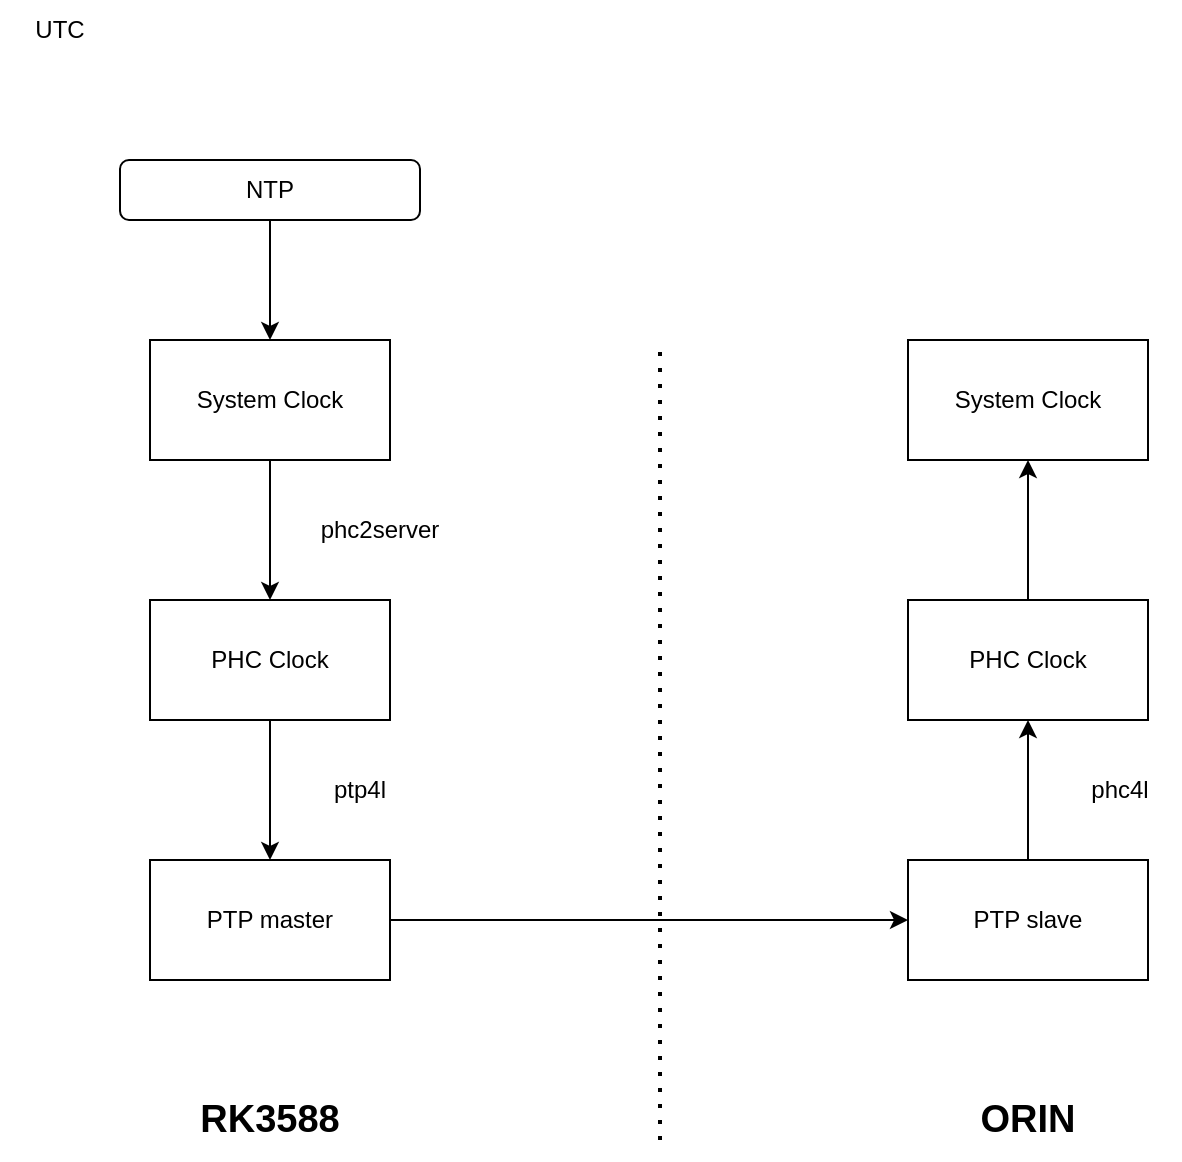
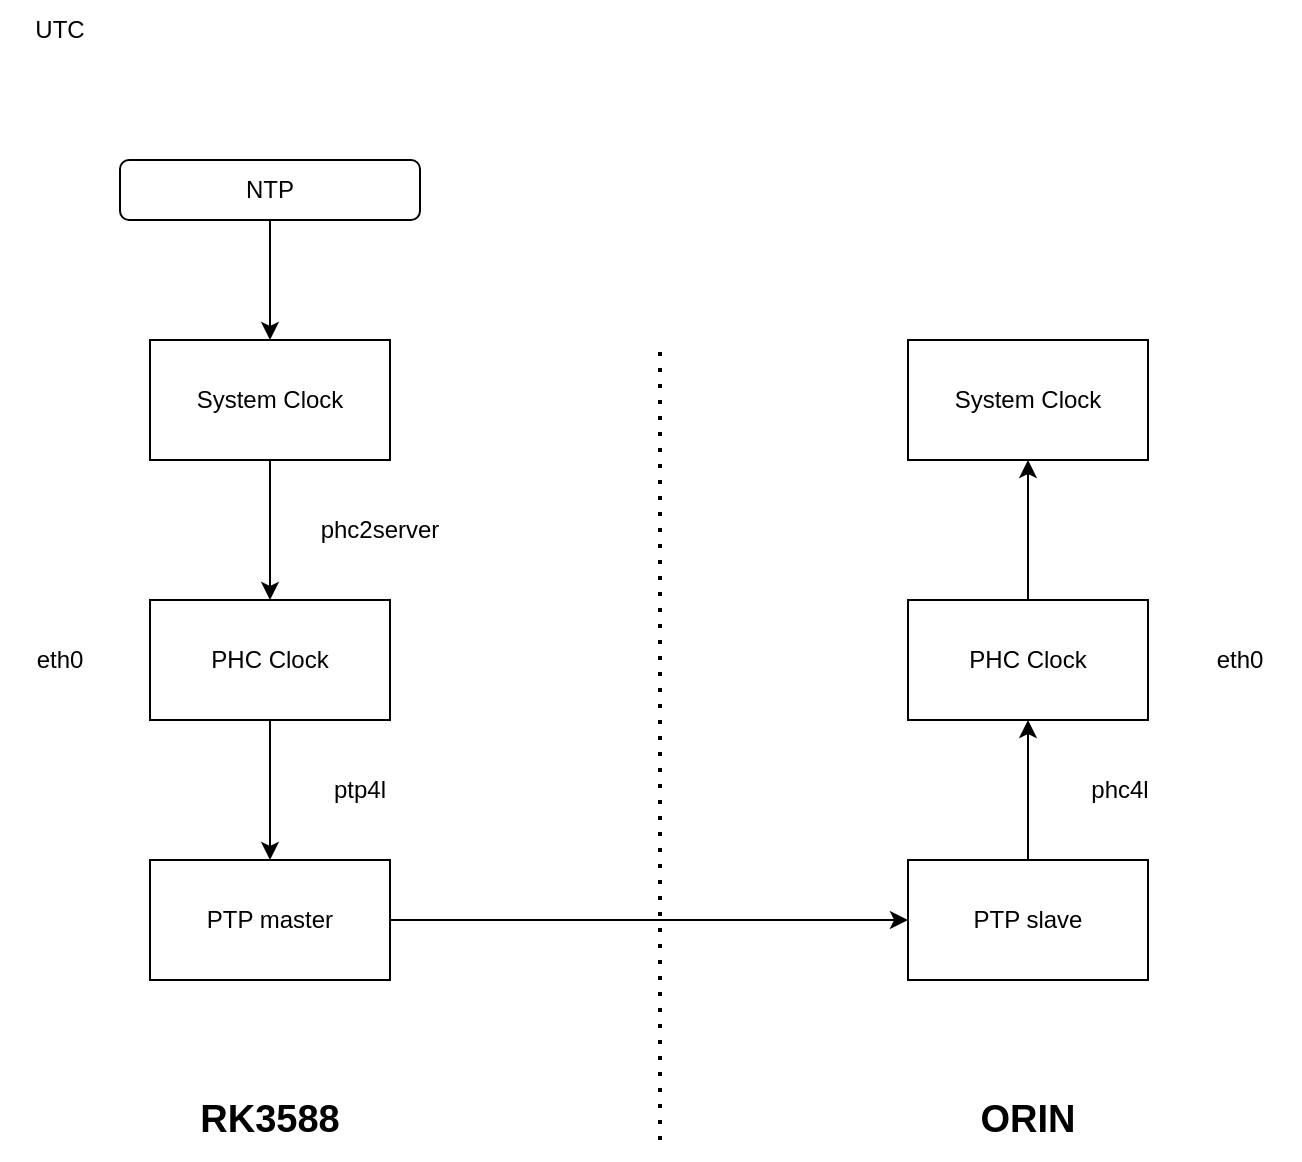
<mxfile host="app.diagrams.net" agent="Mozilla/5.0 (Windows NT 10.0; Win64; x64) AppleWebKit/537.36 (KHTML, like Gecko) Chrome/148.0.0.0 Safari/537.36">
  <diagram name="第 1 页" id="xi5zx8poPBdEaGlYp24N">
    <mxGraphModel dx="1122" dy="596" grid="1" gridSize="10" guides="1" tooltips="1" connect="1" arrows="1" fold="1" page="1" pageScale="1" pageWidth="827" pageHeight="1169" math="0" shadow="0">
      <root>
        <mxCell id="0" />
        <mxCell id="1" parent="0" />
        <mxCell id="9tWx0qsMY7gKmuM-r2hu-1" edge="1" parent="1" source="473n1farRfXXC9yVkO81-1" style="edgeStyle=orthogonalEdgeStyle;rounded=0;orthogonalLoop=1;jettySize=auto;html=1;" target="473n1farRfXXC9yVkO81-7" value="">
          <mxGeometry relative="1" as="geometry" />
        </mxCell>
        <mxCell id="473n1farRfXXC9yVkO81-1" parent="1" style="rounded=1;whiteSpace=wrap;html=1;" value="NTP" vertex="1">
          <mxGeometry height="30" width="150" x="130" y="150" as="geometry" />
        </mxCell>
        <mxCell id="473n1farRfXXC9yVkO81-6" parent="1" style="text;html=1;whiteSpace=wrap;strokeColor=none;fillColor=none;align=center;verticalAlign=middle;rounded=0;" value="UTC" vertex="1">
          <mxGeometry height="30" width="60" x="70" y="70" as="geometry" />
        </mxCell>
        <mxCell id="9tWx0qsMY7gKmuM-r2hu-3" edge="1" parent="1" source="473n1farRfXXC9yVkO81-7" style="edgeStyle=orthogonalEdgeStyle;rounded=0;orthogonalLoop=1;jettySize=auto;html=1;" target="9tWx0qsMY7gKmuM-r2hu-2" value="">
          <mxGeometry relative="1" as="geometry" />
        </mxCell>
        <mxCell id="473n1farRfXXC9yVkO81-7" parent="1" style="rounded=0;whiteSpace=wrap;html=1;" value="System Clock" vertex="1">
          <mxGeometry height="60" width="120" x="145" y="240" as="geometry" />
        </mxCell>
        <mxCell id="9tWx0qsMY7gKmuM-r2hu-5" edge="1" parent="1" source="9tWx0qsMY7gKmuM-r2hu-2" style="edgeStyle=orthogonalEdgeStyle;rounded=0;orthogonalLoop=1;jettySize=auto;html=1;" target="9tWx0qsMY7gKmuM-r2hu-4" value="">
          <mxGeometry relative="1" as="geometry" />
        </mxCell>
        <mxCell id="9tWx0qsMY7gKmuM-r2hu-2" parent="1" style="rounded=0;whiteSpace=wrap;html=1;" value="PHC Clock" vertex="1">
          <mxGeometry height="60" width="120" x="145" y="370" as="geometry" />
        </mxCell>
        <mxCell id="9tWx0qsMY7gKmuM-r2hu-11" edge="1" parent="1" source="9tWx0qsMY7gKmuM-r2hu-4" style="edgeStyle=orthogonalEdgeStyle;rounded=0;orthogonalLoop=1;jettySize=auto;html=1;exitX=1;exitY=0.5;exitDx=0;exitDy=0;entryX=0;entryY=0.5;entryDx=0;entryDy=0;" target="9tWx0qsMY7gKmuM-r2hu-9">
          <mxGeometry relative="1" as="geometry" />
        </mxCell>
        <mxCell id="9tWx0qsMY7gKmuM-r2hu-4" parent="1" style="rounded=0;whiteSpace=wrap;html=1;" value="PTP master" vertex="1">
          <mxGeometry height="60" width="120" x="145" y="500" as="geometry" />
        </mxCell>
        <mxCell id="9tWx0qsMY7gKmuM-r2hu-6" parent="1" style="text;html=1;whiteSpace=wrap;strokeColor=none;fillColor=none;align=center;verticalAlign=middle;rounded=0;" value="phc2server" vertex="1">
          <mxGeometry height="30" width="60" x="230" y="320" as="geometry" />
        </mxCell>
        <mxCell id="9tWx0qsMY7gKmuM-r2hu-7" parent="1" style="text;html=1;whiteSpace=wrap;strokeColor=none;fillColor=none;align=center;verticalAlign=middle;rounded=0;" value="ptp4l" vertex="1">
          <mxGeometry height="30" width="60" x="220" y="450" as="geometry" />
        </mxCell>
        <mxCell id="9tWx0qsMY7gKmuM-r2hu-8" edge="1" parent="1" style="endArrow=none;dashed=1;html=1;dashPattern=1 3;strokeWidth=2;rounded=0;" value="">
          <mxGeometry height="50" relative="1" width="50" as="geometry">
            <mxPoint x="400" y="640" as="sourcePoint" />
            <mxPoint x="400" y="240" as="targetPoint" />
          </mxGeometry>
        </mxCell>
        <mxCell id="9tWx0qsMY7gKmuM-r2hu-12" edge="1" parent="1" source="9tWx0qsMY7gKmuM-r2hu-9" style="edgeStyle=orthogonalEdgeStyle;rounded=0;orthogonalLoop=1;jettySize=auto;html=1;exitX=0.5;exitY=0;exitDx=0;exitDy=0;entryX=0.5;entryY=1;entryDx=0;entryDy=0;" target="9tWx0qsMY7gKmuM-r2hu-10">
          <mxGeometry relative="1" as="geometry" />
        </mxCell>
        <mxCell id="9tWx0qsMY7gKmuM-r2hu-9" parent="1" style="rounded=0;whiteSpace=wrap;html=1;" value="PTP slave" vertex="1">
          <mxGeometry height="60" width="120" x="524" y="500" as="geometry" />
        </mxCell>
        <mxCell id="9tWx0qsMY7gKmuM-r2hu-15" edge="1" parent="1" source="9tWx0qsMY7gKmuM-r2hu-10" style="edgeStyle=orthogonalEdgeStyle;rounded=0;orthogonalLoop=1;jettySize=auto;html=1;" target="9tWx0qsMY7gKmuM-r2hu-14" value="">
          <mxGeometry relative="1" as="geometry" />
        </mxCell>
        <mxCell id="9tWx0qsMY7gKmuM-r2hu-10" parent="1" style="rounded=0;whiteSpace=wrap;html=1;" value="PHC Clock" vertex="1">
          <mxGeometry height="60" width="120" x="524" y="370" as="geometry" />
        </mxCell>
        <mxCell id="9tWx0qsMY7gKmuM-r2hu-13" parent="1" style="text;html=1;whiteSpace=wrap;strokeColor=none;fillColor=none;align=center;verticalAlign=middle;rounded=0;" value="phc4l" vertex="1">
          <mxGeometry height="30" width="60" x="600" y="450" as="geometry" />
        </mxCell>
        <mxCell id="9tWx0qsMY7gKmuM-r2hu-14" parent="1" style="rounded=0;whiteSpace=wrap;html=1;" value="System Clock" vertex="1">
          <mxGeometry height="60" width="120" x="524" y="240" as="geometry" />
        </mxCell>
        <mxCell id="9tWx0qsMY7gKmuM-r2hu-16" parent="1" style="text;html=1;whiteSpace=wrap;strokeColor=none;fillColor=none;align=center;verticalAlign=middle;rounded=0;fontStyle=1;fontSize=19;" value="RK3588" vertex="1">
          <mxGeometry height="40" width="120" x="145" y="610" as="geometry" />
        </mxCell>
        <mxCell id="9tWx0qsMY7gKmuM-r2hu-18" parent="1" style="text;html=1;whiteSpace=wrap;strokeColor=none;fillColor=none;align=center;verticalAlign=middle;rounded=0;fontStyle=1;fontSize=19;" value="ORIN" vertex="1">
          <mxGeometry height="40" width="120" x="524" y="610" as="geometry" />
        </mxCell>
+         <mxCell id="9tWx0qsMY7gKmuM-r2hu-19" parent="1" style="text;html=1;whiteSpace=wrap;strokeColor=none;fillColor=none;align=center;verticalAlign=middle;rounded=0;" value="eth0" vertex="1">
+           <mxGeometry height="30" width="60" x="70" y="385" as="geometry" />
+         </mxCell>
+         <mxCell id="9tWx0qsMY7gKmuM-r2hu-20" parent="1" style="text;html=1;whiteSpace=wrap;strokeColor=none;fillColor=none;align=center;verticalAlign=middle;rounded=0;" value="eth0" vertex="1">
+           <mxGeometry height="30" width="60" x="660" y="385" as="geometry" />
+         </mxCell>
      </root>
    </mxGraphModel>
  </diagram>
</mxfile>
